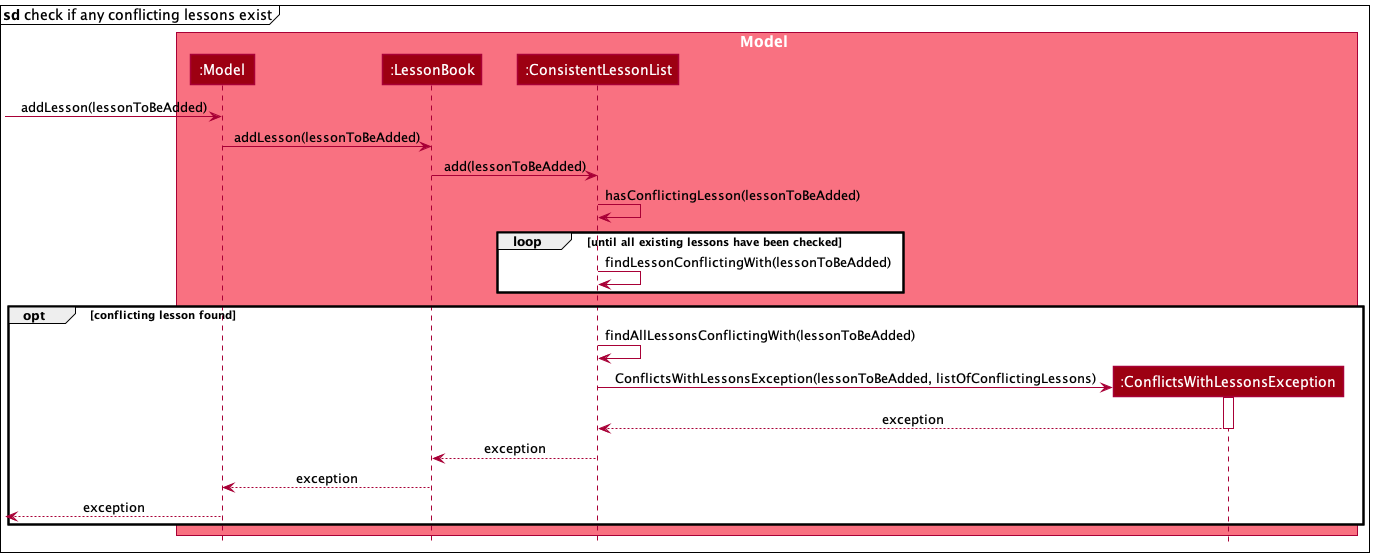
nus-cs2103-AY2122S2/tp keeps this PlantUML diagram as docs/images/AddLessonSequenceDiagram_5.png. Above is the earlier version.
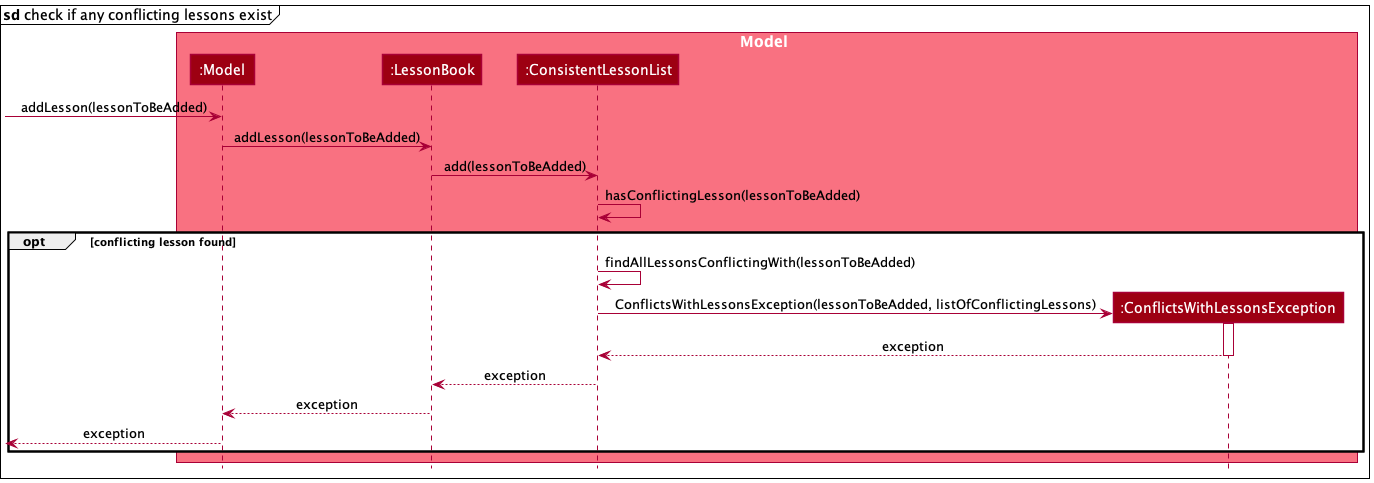
Above is the later version.

Commit message:
Fix sequence diagram for checking of conflicting lessons

Diff of the diagram source:
```diff
@@ -14,11 +14,8 @@
 
 Model -> LessonBook : addLesson(lessonToBeAdded)
 LessonBook -> ConsistentLessonList : add(lessonToBeAdded)
+
 ConsistentLessonList -> ConsistentLessonList : hasConflictingLesson(lessonToBeAdded)
-
-loop until all existing lessons have been checked
-ConsistentLessonList -> ConsistentLessonList : findLessonConflictingWith(lessonToBeAdded)
-end loop
 
 opt conflicting lesson found
     ConsistentLessonList -> ConsistentLessonList : findAllLessonsConflictingWith(lessonToBeAdded)
```
